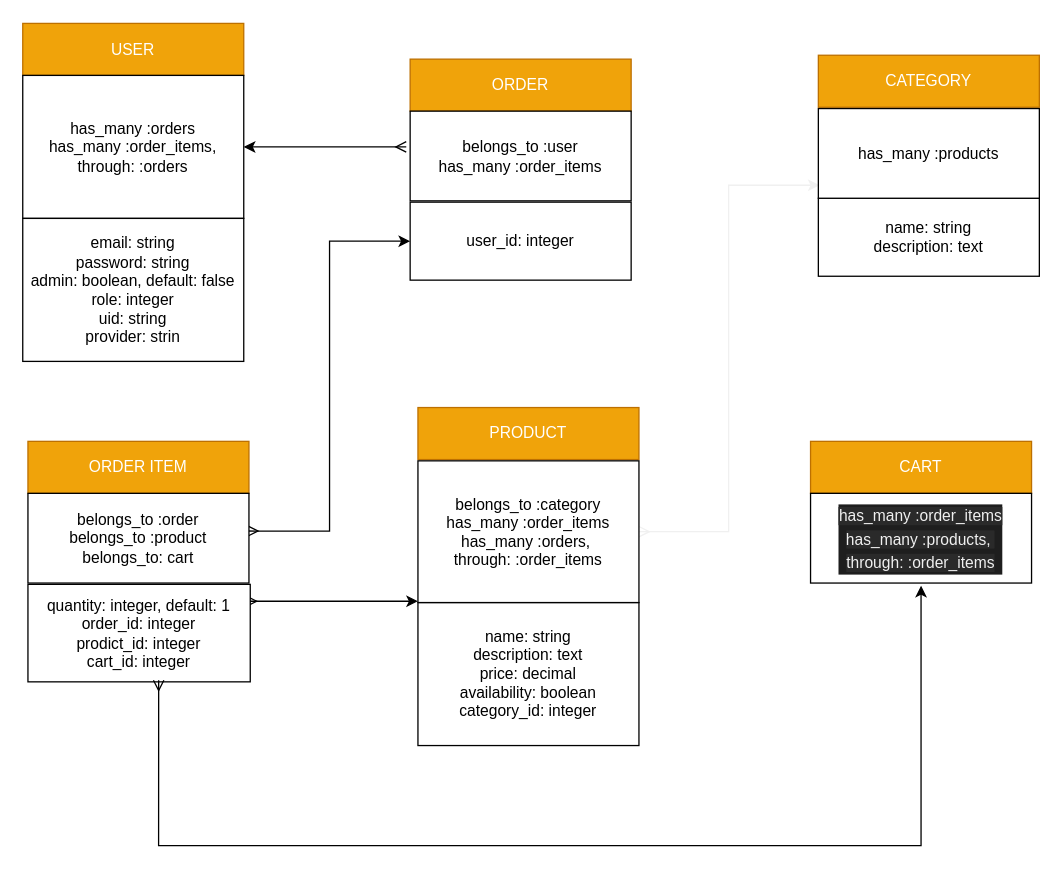
redebron20/mumshie-online-store keeps this draw.io diagram as store_table.drawio. Above is the earlier version. Source tidied: cells renumbered, new cells numbered last; positions are measured from the earlier drawing's top-left corner, leaving out a move shared by most shapes. Both pictures are drawn from the tidied source at 130%, with x=0, y=0 at pixel (22, 23).
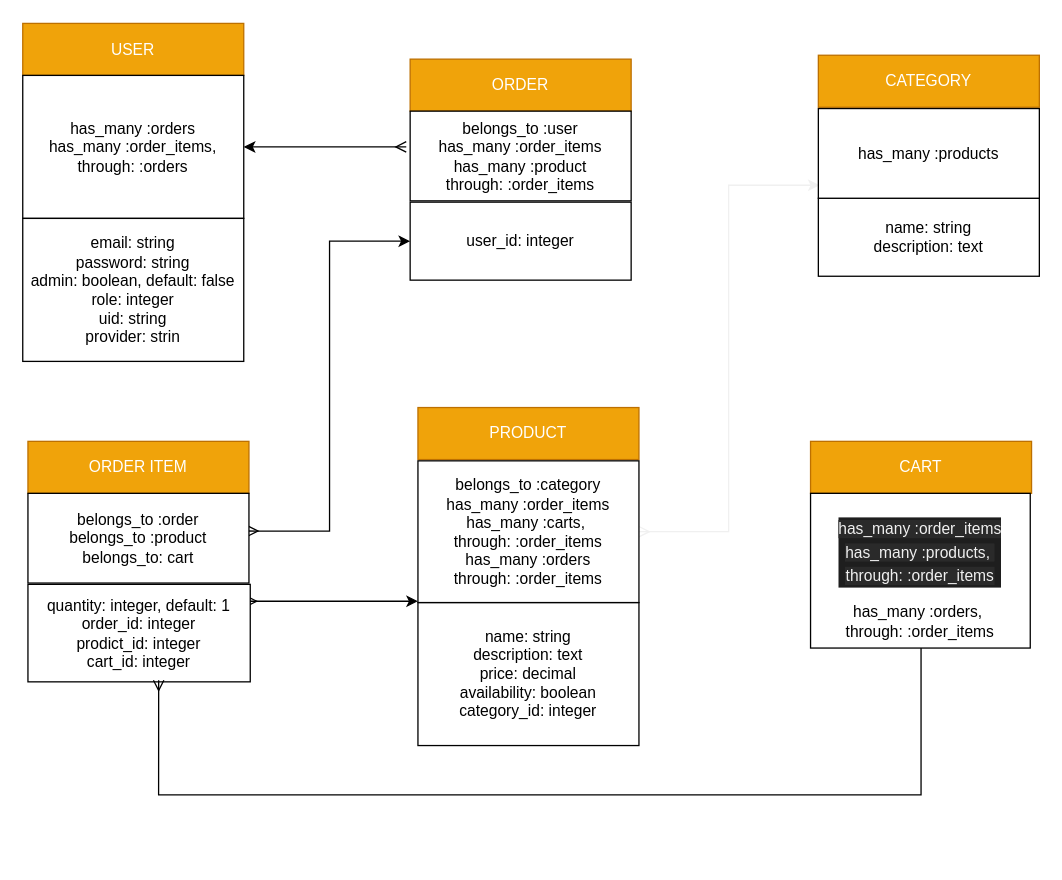
Above is the later version.

The change refers to these unchanged cells:
```xml
<mxCell id="18" value="quantity: integer, default: 1&lt;br&gt;order_id: integer&lt;br&gt;prodict_id: integer&lt;br&gt;cart_id: integer" style="whiteSpace=wrap;html=1;rounded=0;" parent="1" vertex="1">
  <mxGeometry x="4" y="431" width="171" height="75" as="geometry" />
</mxCell>
```

Diff of the diagram source:
```diff
@@
-    <mxCell id="10" value="belongs_to :category&lt;br&gt;has_many :order_items&lt;br&gt;has_many :orders,&amp;nbsp;&lt;br&gt;through: :order_items" style="whiteSpace=wrap;html=1;rounded=0;" parent="1" vertex="1">
+    <mxCell id="10" value="belongs_to :category&lt;br&gt;has_many :order_items&lt;br&gt;has_many :carts,&amp;nbsp;&lt;br&gt;through: :order_items&lt;br&gt;has_many :orders&lt;br&gt;through: :order_items" style="whiteSpace=wrap;html=1;rounded=0;" parent="1" vertex="1">
       <mxGeometry x="304" y="336" width="170" height="109" as="geometry" />
     </mxCell>
@@
-    <mxCell id="17" value="belongs_to :user&lt;br&gt;has_many :order_items" style="whiteSpace=wrap;html=1;rounded=0;" parent="1" vertex="1">
+    <mxCell id="17" value="belongs_to :user&lt;br&gt;has_many :order_items&lt;br&gt;has_many :product&lt;br&gt;through: :order_items" style="whiteSpace=wrap;html=1;rounded=0;" parent="1" vertex="1">
       <mxGeometry x="298" y="67" width="170" height="69" as="geometry" />
     </mxCell>
@@
     <mxCell id="21" style="edgeStyle=orthogonalEdgeStyle;rounded=0;jettySize=auto;html=1;entryX=0.588;entryY=0.983;entryDx=0;entryDy=0;entryPerimeter=0;endArrow=ERmany;endFill=0;startArrow=classic;startFill=1;" parent="1" edge="1" target="18">
       <mxGeometry relative="1" as="geometry">
         <mxPoint x="691" y="432" as="sourcePoint" />
         <Array as="points">
-          <mxPoint x="691" y="632" />
-          <mxPoint x="104" y="632" />
+          <mxPoint x="691" y="593" />
+          <mxPoint x="105" y="593" />
         </Array>
       </mxGeometry>
     </mxCell>
@@
-    <mxCell id="23" value="&lt;p style=&quot;color: rgb(212 , 212 , 212) ; background-color: rgb(30 , 30 , 30) ; font-family: &amp;#34;menlo&amp;#34; , &amp;#34;monaco&amp;#34; , &amp;#34;courier new&amp;#34; , monospace ; line-height: 18px&quot;&gt;&lt;span style=&quot;color: rgb(240 , 240 , 240) ; font-family: &amp;#34;helvetica&amp;#34; ; background-color: rgb(42 , 42 , 42)&quot;&gt;has_many :order_items&lt;br&gt;&lt;/span&gt;&lt;span style=&quot;color: rgb(240 , 240 , 240) ; font-family: &amp;#34;helvetica&amp;#34; ; background-color: rgb(42 , 42 , 42)&quot;&gt;has_many :products,&amp;nbsp;&lt;br&gt;&lt;/span&gt;&lt;span style=&quot;color: rgb(240 , 240 , 240) ; font-family: &amp;#34;helvetica&amp;#34; ; background-color: rgb(42 , 42 , 42)&quot;&gt;through: :order_items&lt;/span&gt;&lt;/p&gt;" style="whiteSpace=wrap;html=1;rounded=0;" parent="1" vertex="1">
-      <mxGeometry x="606" y="361" width="170" height="69" as="geometry" />
+    <mxCell id="23" value="&lt;p style=&quot;color: rgb(212 , 212 , 212) ; background-color: rgb(30 , 30 , 30) ; font-family: &amp;#34;menlo&amp;#34; , &amp;#34;monaco&amp;#34; , &amp;#34;courier new&amp;#34; , monospace ; line-height: 18px&quot;&gt;&lt;span style=&quot;color: rgb(240 , 240 , 240) ; font-family: &amp;#34;helvetica&amp;#34; ; background-color: rgb(42 , 42 , 42)&quot;&gt;has_many :order_items&lt;br&gt;&lt;/span&gt;&lt;span style=&quot;color: rgb(240 , 240 , 240) ; font-family: &amp;#34;helvetica&amp;#34; ; background-color: rgb(42 , 42 , 42)&quot;&gt;has_many :products,&amp;nbsp;&lt;br&gt;&lt;/span&gt;&lt;span style=&quot;color: rgb(240 , 240 , 240) ; font-family: &amp;#34;helvetica&amp;#34; ; background-color: rgb(42 , 42 , 42)&quot;&gt;through: :order_items&lt;/span&gt;&lt;/p&gt;&lt;span style=&quot;font-family: &amp;#34;helvetica&amp;#34;&quot;&gt;has_many :orders,&amp;nbsp;&lt;br&gt;&lt;/span&gt;&lt;span style=&quot;font-family: &amp;#34;helvetica&amp;#34;&quot;&gt;through: :order_items&lt;/span&gt;" style="whiteSpace=wrap;html=1;rounded=0;" parent="1" vertex="1">
+      <mxGeometry x="606" y="361" width="169" height="119" as="geometry" />
     </mxCell>
```
